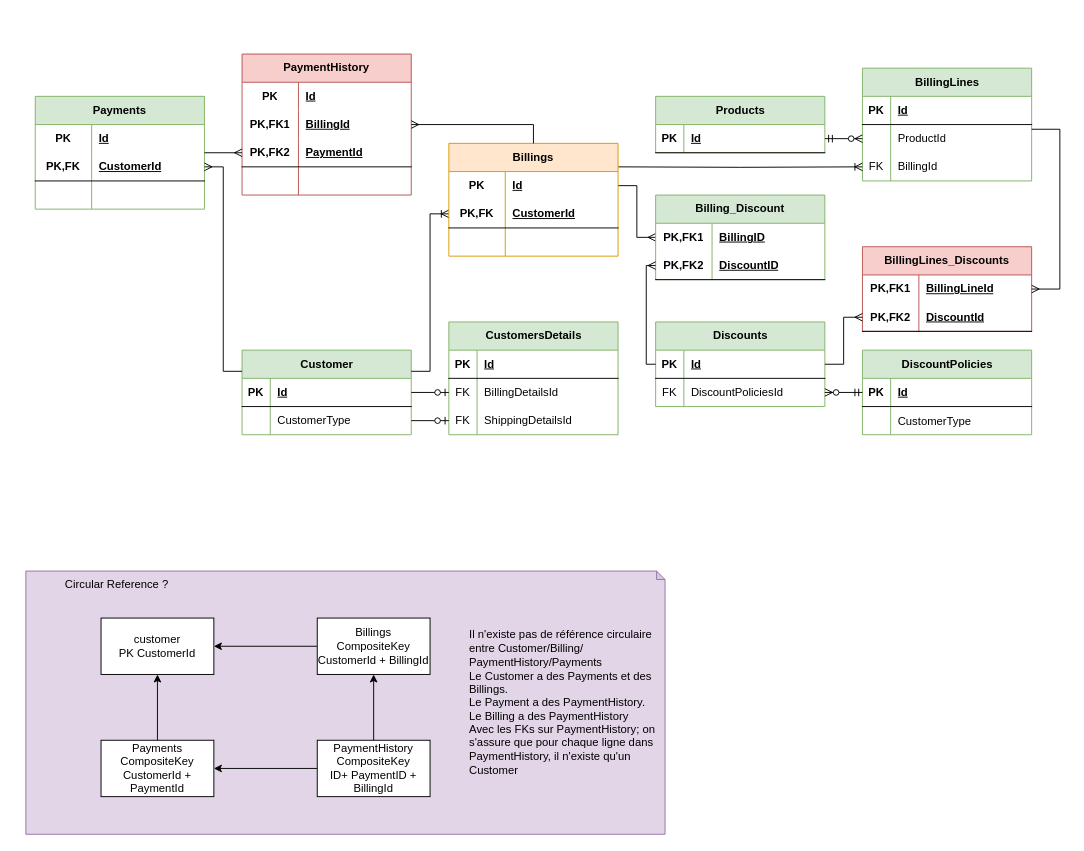
Earlier version of the draw.io diagram page "ERD" (3 of 6) of src/Diagrammes.drawio (Scholastien/MyApp). Source tidied: cells renumbered, new cells numbered last; positions are measured from the earlier drawing's top-left corner, leaving out a move shared by most shapes. Both pictures are drawn from the tidied source at 94%, with x=0, y=0 at pixel (25, 54).
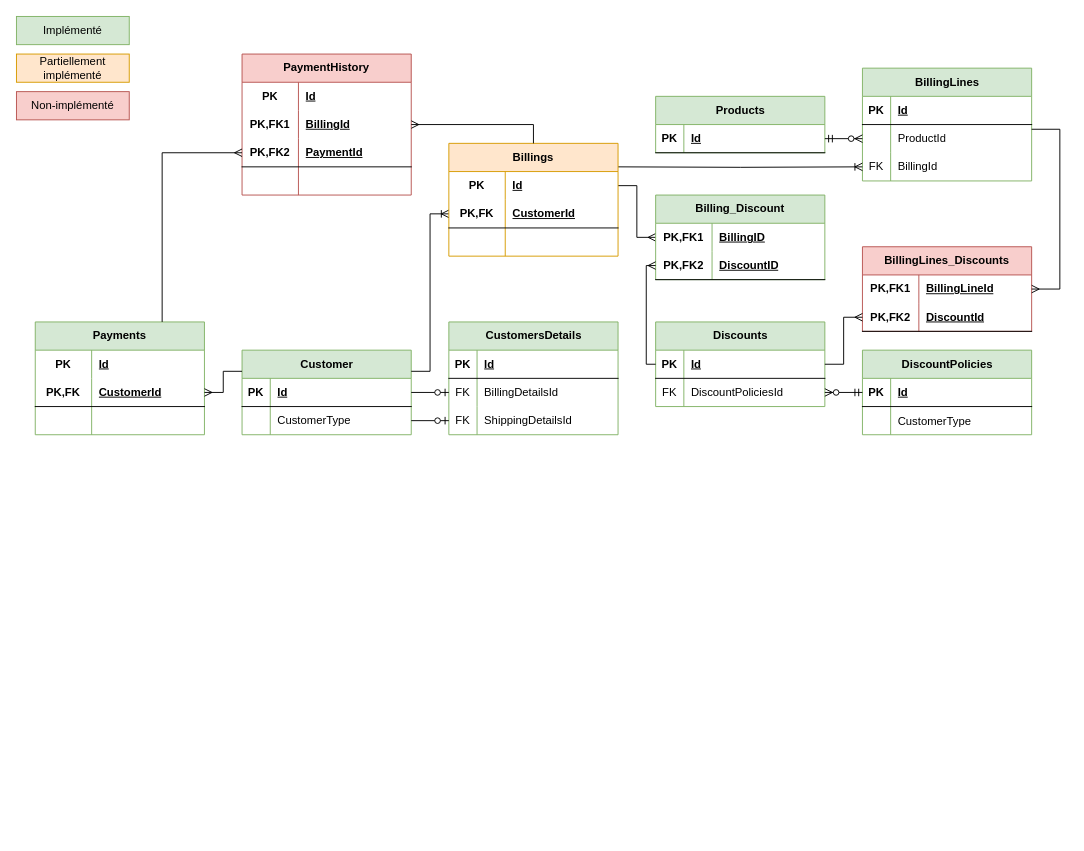
The same page after the edit.

The change refers to these unchanged cells:
```xml
<mxCell id="90" style="shape=tableRow;horizontal=0;startSize=0;swimlaneHead=0;swimlaneBody=0;fillColor=none;points=[[0,0.5],[1,0.5]];portConstraint=eastwest;top=0;left=0;right=0;bottom=1;html=1;" parent="83" vertex="1">
  <mxGeometry y="90" width="180" height="30" as="geometry" />
</mxCell>
```

What changed in the source:
```diff
@@
-    <mxCell id="2" style="shape=note;whiteSpace=wrap;html=1;backgroundOutline=1;darkOpacity=0.05;size=9;align=left;fillColor=#e1d5e7;strokeColor=#9673a6;" parent="1" vertex="1">
-      <mxGeometry y="550" width="680" height="280" as="geometry" />
-    </mxCell>
@@
-    <mxCell id="63" value="customer&lt;br&gt;PK CustomerId" style="rounded=0;whiteSpace=wrap;html=1;" parent="1" vertex="1">
-      <mxGeometry x="80" y="600" width="120" height="60" as="geometry" />
-    </mxCell>
-    <mxCell id="64" style="edgeStyle=orthogonalEdgeStyle;rounded=0;jettySize=auto;html=1;" parent="1" edge="1" source="65" target="63">
-      <mxGeometry relative="1" as="geometry" />
-    </mxCell>
-    <mxCell id="65" value="Billings&lt;br&gt;CompositeKey&lt;br&gt;CustomerId + BillingId" style="rounded=0;whiteSpace=wrap;html=1;" parent="1" vertex="1">
-      <mxGeometry x="310" y="600" width="120" height="60" as="geometry" />
-    </mxCell>
-    <mxCell id="66" style="edgeStyle=orthogonalEdgeStyle;rounded=0;jettySize=auto;html=1;" parent="1" edge="1" source="67" target="63">
-      <mxGeometry relative="1" as="geometry" />
-    </mxCell>
-    <mxCell id="67" value="Payments&lt;br&gt;CompositeKey CustomerId + PaymentId" style="rounded=0;whiteSpace=wrap;html=1;" parent="1" vertex="1">
-      <mxGeometry x="80" y="730" width="120" height="60" as="geometry" />
-    </mxCell>
-    <mxCell id="68" style="edgeStyle=orthogonalEdgeStyle;rounded=0;jettySize=auto;html=1;" parent="1" edge="1" source="70" target="65">
-      <mxGeometry relative="1" as="geometry" />
-    </mxCell>
-    <mxCell id="69" style="edgeStyle=orthogonalEdgeStyle;rounded=0;jettySize=auto;html=1;" parent="1" edge="1" source="70" target="67">
-      <mxGeometry relative="1" as="geometry" />
-    </mxCell>
-    <mxCell id="70" value="PaymentHistory&lt;br&gt;CompositeKey&lt;br&gt;ID+ PaymentID + BillingId" style="rounded=0;whiteSpace=wrap;html=1;" parent="1" vertex="1">
-      <mxGeometry x="310" y="730" width="120" height="60" as="geometry" />
-    </mxCell>
-    <mxCell id="71" value="&lt;blockquote style=&quot;margin: 0 0 0 40px; border: none; padding: 0px;&quot;&gt;Circular Reference ?&lt;/blockquote&gt;" style="text;html=1;strokeColor=none;fillColor=none;align=left;verticalAlign=middle;whiteSpace=wrap;rounded=0;" parent="1" vertex="1">
-      <mxGeometry y="550" width="250" height="30" as="geometry" />
-    </mxCell>
-    <mxCell id="72" value="&lt;div style=&quot;&quot;&gt;&lt;span style=&quot;background-color: initial;&quot;&gt;Il n'existe pas de référence circulaire entre Customer/Billing/&lt;br&gt;PaymentHistory/Payments&lt;br&gt;Le Customer a des Payments et des Billings. &lt;br&gt;Le Payment a des PaymentHistory.&amp;nbsp;&lt;/span&gt;&lt;/div&gt;&lt;div style=&quot;&quot;&gt;&lt;span style=&quot;background-color: initial;&quot;&gt;Le Billing a des PaymentHistory&lt;br&gt;Avec les FKs sur PaymentHistory; on s'assure que pour chaque ligne dans PaymentHistory, il n'existe qu'un Customer&lt;/span&gt;&lt;/div&gt;" style="text;html=1;strokeColor=none;fillColor=none;align=left;verticalAlign=middle;whiteSpace=wrap;rounded=0;" parent="1" vertex="1">
-      <mxGeometry x="470" y="570" width="200" height="240" as="geometry" />
-    </mxCell>
@@
     <mxCell id="96" value="Payments" style="shape=table;startSize=30;childLayout=tableLayout;rowLines=0;fontStyle=1;align=center;html=1;whiteSpace=wrap;fillColor=#d5e8d4;strokeColor=#82b366;" parent="1" vertex="1">
-      <mxGeometry x="10" y="45" width="180" height="120" as="geometry" />
+      <mxGeometry x="10" y="285" width="180" height="120" as="geometry" />
     </mxCell>
@@
-    <mxCell id="106" style="edgeStyle=orthogonalEdgeStyle;fontSize=12;html=1;endArrow=ERmany;rounded=0;" parent="1" edge="1" source="96" target="90">
+    <mxCell id="106" style="edgeStyle=orthogonalEdgeStyle;fontSize=12;html=1;endArrow=ERmany;rounded=0;exitX=0.75;exitY=0;exitDx=0;exitDy=0;" parent="1" edge="1" source="96" target="90">
       <mxGeometry relative="1" as="geometry" />
     </mxCell>
@@
+    <mxCell id="118" value="Implémenté" style="rounded=0;whiteSpace=wrap;html=1;fillColor=#d5e8d4;strokeColor=#82b366;" parent="1" vertex="1">
+      <mxGeometry x="-10" y="-40" width="120" height="30" as="geometry" />
+    </mxCell>
+    <mxCell id="119" value="Partiellement implémenté" style="rounded=0;whiteSpace=wrap;html=1;fillColor=#ffe6cc;strokeColor=#d79b00;" parent="1" vertex="1">
+      <mxGeometry x="-10" width="120" height="30" as="geometry" />
+    </mxCell>
+    <mxCell id="120" value="Non-implémenté" style="rounded=0;whiteSpace=wrap;html=1;fillColor=#f8cecc;strokeColor=#b85450;" parent="1" vertex="1">
+      <mxGeometry x="-10" y="40" width="120" height="30" as="geometry" />
+    </mxCell>
```
